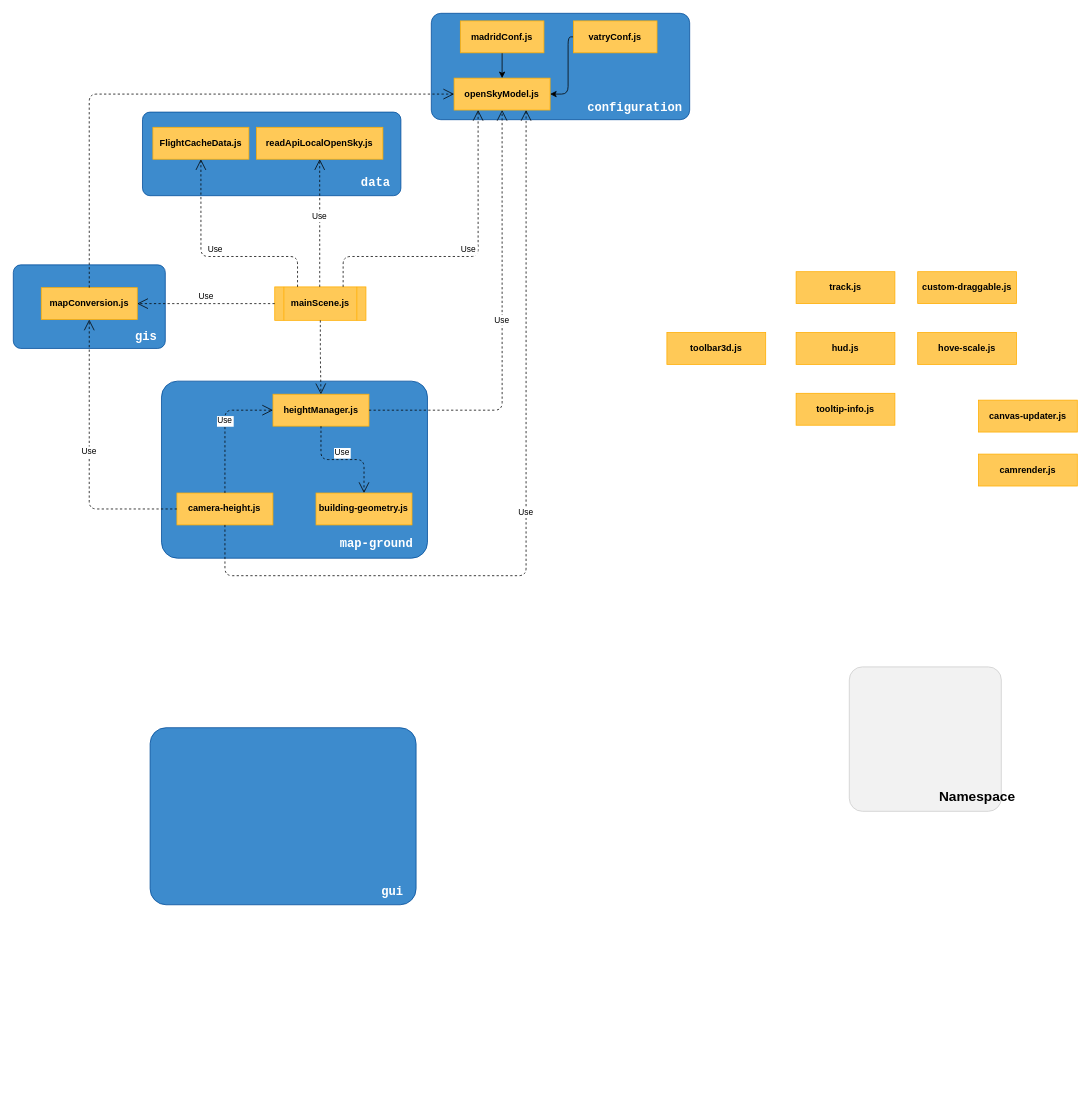
Earlier version of the draw.io diagram diagrams/Diagrama sin título.drawio (djprano/AFrameTFG). Source tidied: cells renumbered, new cells numbered last; positions are measured from the earlier drawing's top-left corner, leaving out a move shared by most shapes. Both pictures are drawn from the tidied source at 76%, with x=0, y=0 at pixel (13, 13).
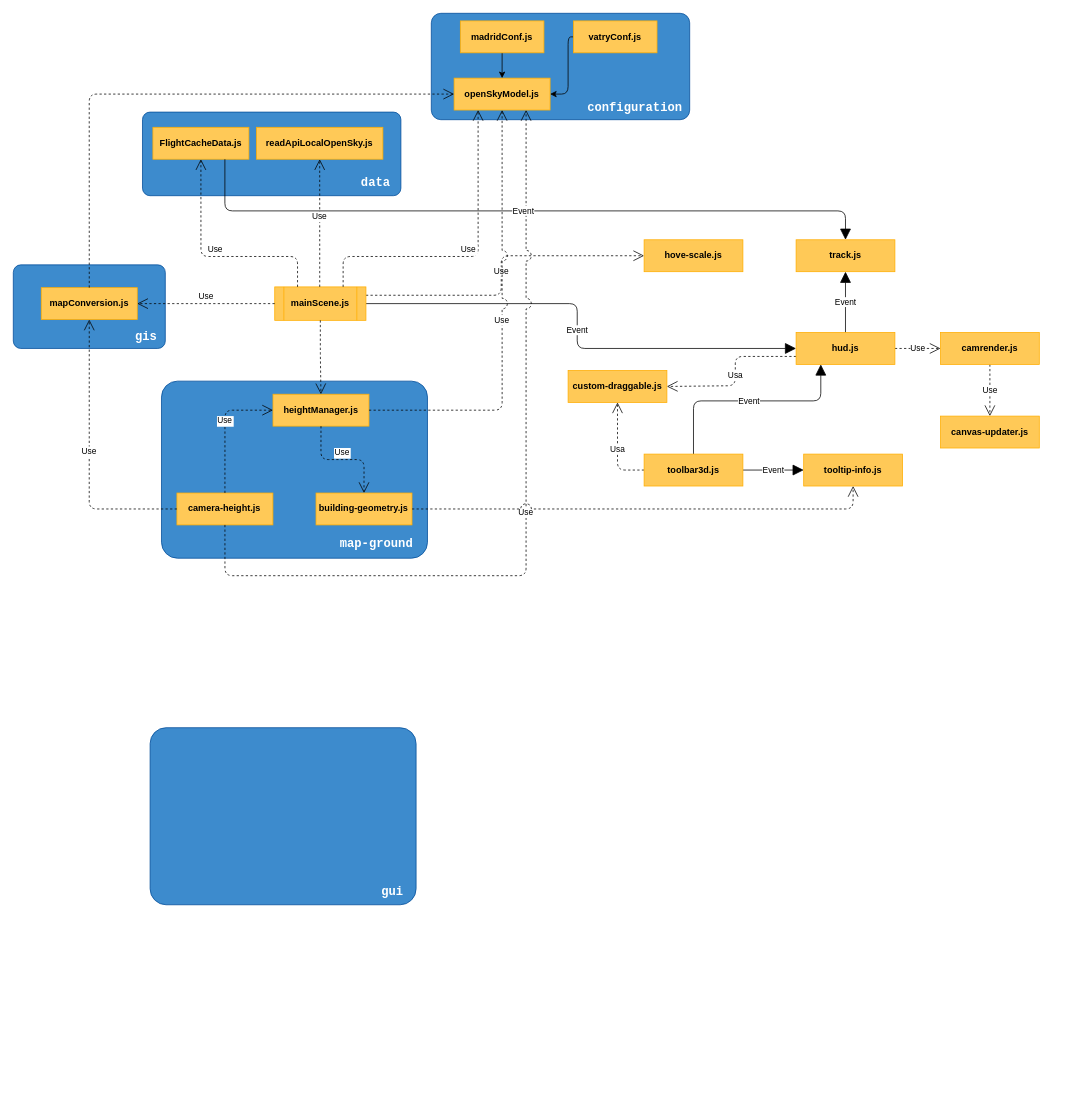
The same page after the edit.

Unchanged cells that the change refers to:
```xml
<mxCell id="5" value="FlightCacheData.js" style="whiteSpace=wrap;html=1;align=center;fillColor=#FFC957;strokeColor=#FFAD00;fontStyle=1;" parent="2" vertex="1">
  <mxGeometry x="13.7" y="20" width="126.3" height="42" as="geometry" />
</mxCell>
<mxCell id="7" value="mainScene.js" style="shape=process;whiteSpace=wrap;html=1;backgroundOutline=1;fillColor=#FFC957;strokeColor=#FFAD00;fontStyle=1;" parent="1" vertex="1">
  <mxGeometry x="344" y="360" width="120" height="44" as="geometry" />
</mxCell>
<mxCell id="29" value="building-geometry.js" style="whiteSpace=wrap;html=1;align=center;fillColor=#FFC957;strokeColor=#FFAD00;fontStyle=1;" parent="24" vertex="1">
  <mxGeometry x="203.3" y="147.2" width="126.3" height="42" as="geometry" />
</mxCell>
<mxCell id="44" value="hud.js" style="whiteSpace=wrap;html=1;align=center;fillColor=#FFC957;strokeColor=#FFAD00;fontStyle=1;" parent="1" vertex="1">
  <mxGeometry x="1030" y="420" width="130" height="42" as="geometry" />
</mxCell>
```

What changed in the source:
```diff
@@
+    <mxCell id="51" value="Event" style="edgeStyle=orthogonalEdgeStyle;shape=connector;rounded=1;jettySize=auto;elbow=vertical;html=1;exitX=1;exitY=0.5;exitDx=0;exitDy=0;entryX=0;entryY=0.5;entryDx=0;entryDy=0;labelBackgroundColor=default;strokeColor=default;fontFamily=Helvetica;fontSize=11;fontColor=default;endArrow=block;endSize=12;" parent="1" edge="1" source="7" target="44">
+      <mxGeometry relative="1" as="geometry" />
+    </mxCell>
+    <mxCell id="52" value="Use" style="edgeStyle=orthogonalEdgeStyle;shape=connector;rounded=1;jumpStyle=arc;jumpSize=14;jettySize=auto;html=1;exitX=1;exitY=0.25;exitDx=0;exitDy=0;entryX=0;entryY=0.5;entryDx=0;entryDy=0;shadow=0;dashed=1;labelBackgroundColor=default;labelBorderColor=none;strokeColor=default;fontFamily=Helvetica;fontSize=11;fontColor=default;endArrow=open;endSize=12;" parent="1" edge="1" source="7" target="43">
+      <mxGeometry relative="1" as="geometry" />
+    </mxCell>
@@
+    <mxCell id="53" value="Use" style="edgeStyle=orthogonalEdgeStyle;shape=connector;rounded=1;jumpStyle=arc;jumpSize=14;jettySize=auto;html=1;exitX=0.5;exitY=1;exitDx=0;exitDy=0;shadow=0;dashed=1;labelBackgroundColor=default;labelBorderColor=none;strokeColor=default;fontFamily=Helvetica;fontSize=11;fontColor=default;endArrow=open;endSize=12;" parent="1" edge="1" source="40" target="41">
+      <mxGeometry relative="1" as="geometry" />
+    </mxCell>
     <mxCell id="40" value="camrender.js" style="whiteSpace=wrap;html=1;align=center;fillColor=#FFC957;strokeColor=#FFAD00;fontStyle=1;" parent="1" vertex="1">
-      <mxGeometry x="1270" y="580" width="130" height="42" as="geometry" />
+      <mxGeometry x="1220" y="420" width="130" height="42" as="geometry" />
     </mxCell>
     <mxCell id="41" value="canvas-updater.js" style="whiteSpace=wrap;html=1;align=center;fillColor=#FFC957;strokeColor=#FFAD00;fontStyle=1;" parent="1" vertex="1">
-      <mxGeometry x="1270" y="509" width="130" height="42" as="geometry" />
+      <mxGeometry x="1220" y="530" width="130" height="42" as="geometry" />
     </mxCell>
     <mxCell id="42" value="custom-draggable.js" style="whiteSpace=wrap;html=1;align=center;fillColor=#FFC957;strokeColor=#FFAD00;fontStyle=1;" parent="1" vertex="1">
-      <mxGeometry x="1190" y="340" width="130" height="42" as="geometry" />
+      <mxGeometry x="730" y="470" width="130" height="42" as="geometry" />
     </mxCell>
     <mxCell id="43" value="hove-scale.js" style="whiteSpace=wrap;html=1;align=center;fillColor=#FFC957;strokeColor=#FFAD00;fontStyle=1;" parent="1" vertex="1">
-      <mxGeometry x="1190" y="420" width="130" height="42" as="geometry" />
+      <mxGeometry x="830" y="298" width="130" height="42" as="geometry" />
     </mxCell>
+    <mxCell id="54" value="Event" style="edgeStyle=orthogonalEdgeStyle;shape=connector;rounded=1;jettySize=auto;html=1;exitX=0.5;exitY=0;exitDx=0;exitDy=0;labelBackgroundColor=default;strokeColor=default;fontFamily=Helvetica;fontSize=11;fontColor=default;endArrow=block;endSize=12;elbow=vertical;" parent="1" edge="1" source="44" target="47">
+      <mxGeometry relative="1" as="geometry" />
+    </mxCell>
+    <mxCell id="55" value="Use" style="edgeStyle=orthogonalEdgeStyle;shape=connector;rounded=1;jumpStyle=arc;jumpSize=14;jettySize=auto;html=1;exitX=1;exitY=0.5;exitDx=0;exitDy=0;entryX=0;entryY=0.5;entryDx=0;entryDy=0;shadow=0;dashed=1;labelBackgroundColor=default;labelBorderColor=none;strokeColor=default;fontFamily=Helvetica;fontSize=11;fontColor=default;endArrow=open;endSize=12;" parent="1" edge="1" source="44" target="40">
+      <mxGeometry relative="1" as="geometry" />
+    </mxCell>
+    <mxCell id="56" value="Usa" style="edgeStyle=orthogonalEdgeStyle;shape=connector;rounded=1;jumpStyle=arc;jumpSize=14;jettySize=auto;html=1;exitX=0;exitY=0.75;exitDx=0;exitDy=0;entryX=1;entryY=0.5;entryDx=0;entryDy=0;shadow=0;dashed=1;labelBackgroundColor=default;labelBorderColor=none;strokeColor=default;fontFamily=Helvetica;fontSize=11;fontColor=default;endArrow=open;endSize=12;" parent="1" edge="1" source="44" target="42">
+      <mxGeometry relative="1" as="geometry">
+        <Array as="points">
+          <mxPoint x="950" y="451" />
+          <mxPoint x="950" y="490" />
+          <mxPoint x="860" y="490" />
+        </Array>
+      </mxGeometry>
+    </mxCell>
@@
+    <mxCell id="57" value="Event" style="edgeStyle=orthogonalEdgeStyle;shape=connector;rounded=1;jettySize=auto;html=1;entryX=0;entryY=0.5;entryDx=0;entryDy=0;labelBackgroundColor=default;strokeColor=default;fontFamily=Helvetica;fontSize=11;fontColor=default;endArrow=block;endSize=12;elbow=vertical;" parent="1" edge="1" source="45" target="46">
+      <mxGeometry relative="1" as="geometry" />
+    </mxCell>
+    <mxCell id="58" value="Event" style="edgeStyle=orthogonalEdgeStyle;shape=connector;rounded=1;jettySize=auto;html=1;entryX=0.25;entryY=1;entryDx=0;entryDy=0;labelBackgroundColor=default;strokeColor=default;fontFamily=Helvetica;fontSize=11;fontColor=default;endArrow=block;endSize=12;elbow=vertical;exitX=0.5;exitY=0;exitDx=0;exitDy=0;" parent="1" edge="1" source="45" target="44">
+      <mxGeometry relative="1" as="geometry">
+        <Array as="points">
+          <mxPoint x="895" y="510" />
+          <mxPoint x="1063" y="510" />
+        </Array>
+      </mxGeometry>
+    </mxCell>
+    <mxCell id="59" value="Usa" style="edgeStyle=orthogonalEdgeStyle;shape=connector;rounded=1;jumpStyle=arc;jumpSize=14;jettySize=auto;html=1;exitX=0;exitY=0.5;exitDx=0;exitDy=0;entryX=0.5;entryY=1;entryDx=0;entryDy=0;shadow=0;dashed=1;labelBackgroundColor=default;labelBorderColor=none;strokeColor=default;fontFamily=Helvetica;fontSize=11;fontColor=default;endArrow=open;endSize=12;" parent="1" edge="1" source="45" target="42">
+      <mxGeometry relative="1" as="geometry" />
+    </mxCell>
     <mxCell id="45" value="toolbar3d.js" style="whiteSpace=wrap;html=1;align=center;fillColor=#FFC957;strokeColor=#FFAD00;fontStyle=1;" parent="1" vertex="1">
-      <mxGeometry x="860" y="420" width="130" height="42" as="geometry" />
+      <mxGeometry x="830" y="580" width="130" height="42" as="geometry" />
     </mxCell>
     <mxCell id="46" value="tooltip-info.js" style="whiteSpace=wrap;html=1;align=center;fillColor=#FFC957;strokeColor=#FFAD00;fontStyle=1;" parent="1" vertex="1">
-      <mxGeometry x="1030" y="500" width="130" height="42" as="geometry" />
+      <mxGeometry x="1040" y="580" width="130" height="42" as="geometry" />
     </mxCell>
     <mxCell id="47" value="track.js" style="whiteSpace=wrap;html=1;align=center;fillColor=#FFC957;strokeColor=#FFAD00;fontStyle=1;" parent="1" vertex="1">
-      <mxGeometry x="1030" y="340" width="130" height="42" as="geometry" />
+      <mxGeometry x="1030" y="298" width="130" height="42" as="geometry" />
     </mxCell>
-    <mxCell id="48" style="group;fontFamily=Helvetica;fontSize=11;fontColor=default;" parent="1" vertex="1">
-      <mxGeometry x="1100" y="860" width="200" height="190" as="geometry" />
-    </mxCell>
-    <mxCell id="49" style="rounded=1;whiteSpace=wrap;html=1;arcSize=9;strokeColor=#cccccc;fillColor=#F2F2F2;fontFamily=Helvetica;fontSize=11;fontColor=default;" parent="48" vertex="1">
-      <mxGeometry width="200" height="190" as="geometry" />
-    </mxCell>
-    <mxCell id="50" value="&lt;font&gt;&lt;span style=&quot;font-size: 18px&quot;&gt;Namespace&lt;/span&gt;&lt;/font&gt;" style="text;html=1;strokeColor=none;fillColor=none;align=center;verticalAlign=middle;whiteSpace=wrap;rounded=0;fontStyle=1;fontSize=11;fontColor=default;fontFamily=Helvetica;" parent="48" vertex="1">
-      <mxGeometry x="146.5" y="165" width="42.6" height="11.2" as="geometry" />
-    </mxCell>
+    <mxCell id="60" style="edgeStyle=orthogonalEdgeStyle;shape=connector;rounded=1;jumpStyle=arc;jumpSize=14;jettySize=auto;html=1;exitX=1;exitY=0.5;exitDx=0;exitDy=0;entryX=0.5;entryY=1;entryDx=0;entryDy=0;shadow=0;dashed=1;labelBackgroundColor=default;labelBorderColor=none;strokeColor=default;fontFamily=Helvetica;fontSize=11;fontColor=default;endArrow=open;endSize=12;" parent="1" edge="1" source="29" target="46">
+      <mxGeometry relative="1" as="geometry">
+        <Array as="points">
+          <mxPoint x="1105" y="652" />
+        </Array>
+      </mxGeometry>
+    </mxCell>
+    <mxCell id="61" value="Event" style="edgeStyle=orthogonalEdgeStyle;shape=connector;rounded=1;jettySize=auto;html=1;exitX=0.75;exitY=1;exitDx=0;exitDy=0;labelBackgroundColor=default;strokeColor=default;fontFamily=Helvetica;fontSize=11;fontColor=default;endArrow=block;endSize=12;elbow=vertical;" parent="1" edge="1" source="5" target="47">
+      <mxGeometry relative="1" as="geometry">
+        <Array as="points">
+          <mxPoint x="278" y="260" />
+          <mxPoint x="1095" y="260" />
+        </Array>
+      </mxGeometry>
+    </mxCell>
```
